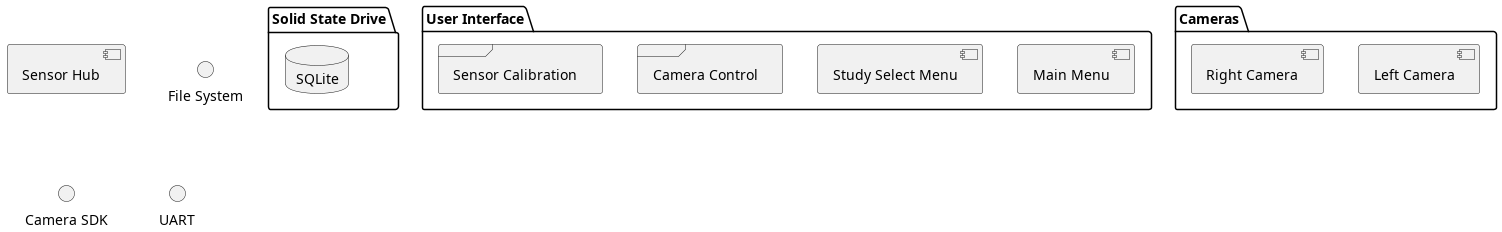
Earlier version of the PlantUML export Progress_Report_Presentation/Main_Document/Figures/system_architecture.png (fabiomatos999/M.O.S.I.S).
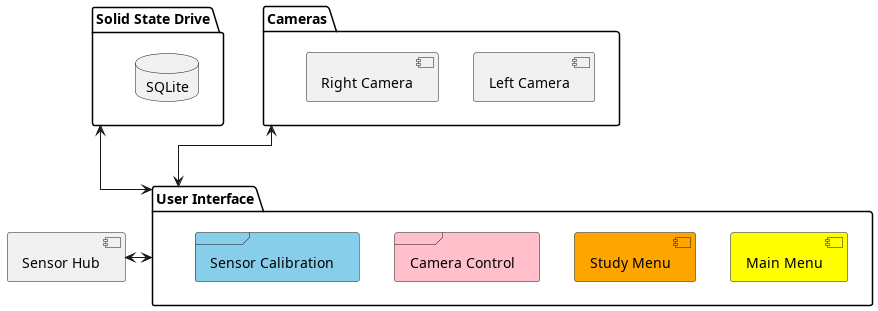
The same file after the commit.

Commit message:
Fix diagram sizes

What changed in the source:
```diff
@@ -1,14 +1,15 @@
 @startuml
+skinparam linetype ortho
 package "Solid State Drive" {
 database "SQLite" {
 }
 }
 package "User Interface" {
-	[Main Menu]
-	[Study Select Menu]
-	frame "Camera Control" {
+	[Main Menu] #Yellow
+	[Study Menu] #Orange
+	frame "Camera Control" #Pink {
 		}
-		frame "Sensor Calibration" {
+		frame "Sensor Calibration" #SkyBlue {
 		}
 }
 package "Cameras" {
@@ -16,7 +17,7 @@
 	[Right Camera]
 }
 [Sensor Hub]
-interface "File System"
-interface "Camera SDK"
-interface "UART"
+"User Interface" <--up-> "Solid State Drive"
+"User Interface" <--up-> "Cameras"
+"User Interface" <-left-> "Sensor Hub"
 @enduml
```
